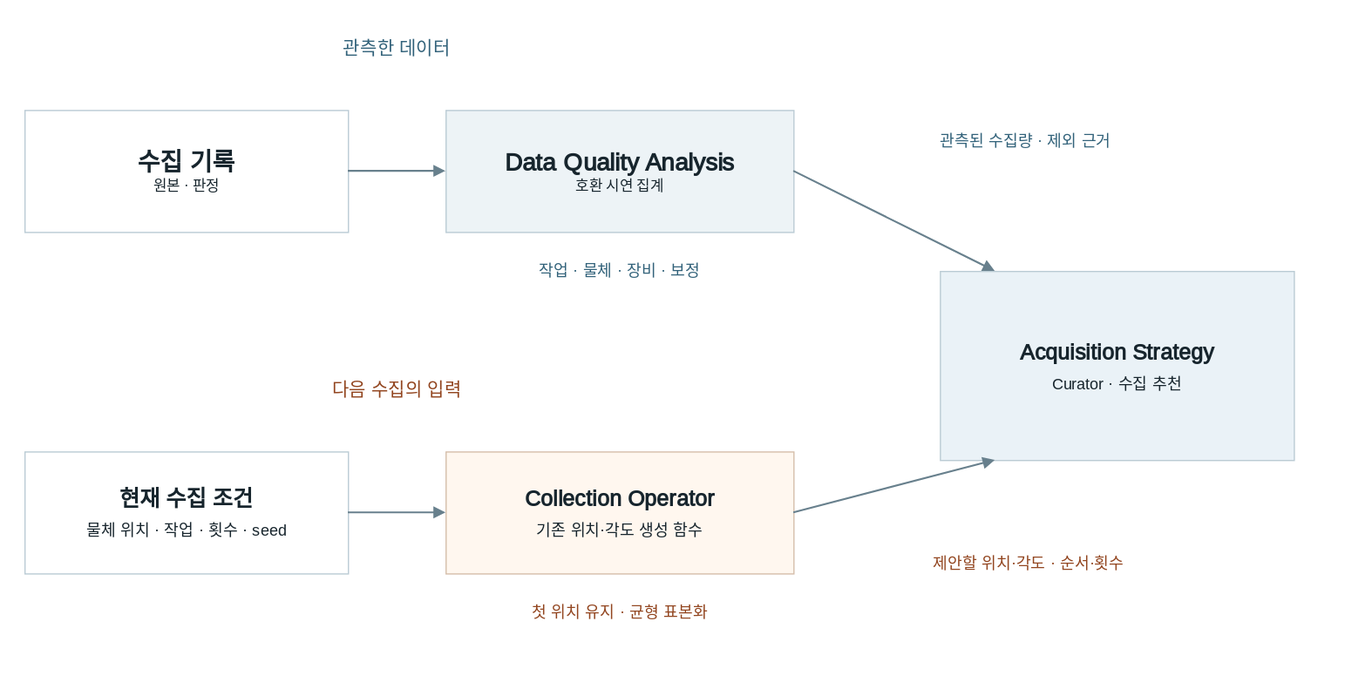
This is docs/portfolio/acquisition.drawio.svg from hasemu1211/fr5-lerobot-connector, a draw.io export, as it was before one commit. Source tidied: cells renumbered, new cells last; positions are measured from the earlier drawing's top-left corner, leaving out a move shared by most shapes.
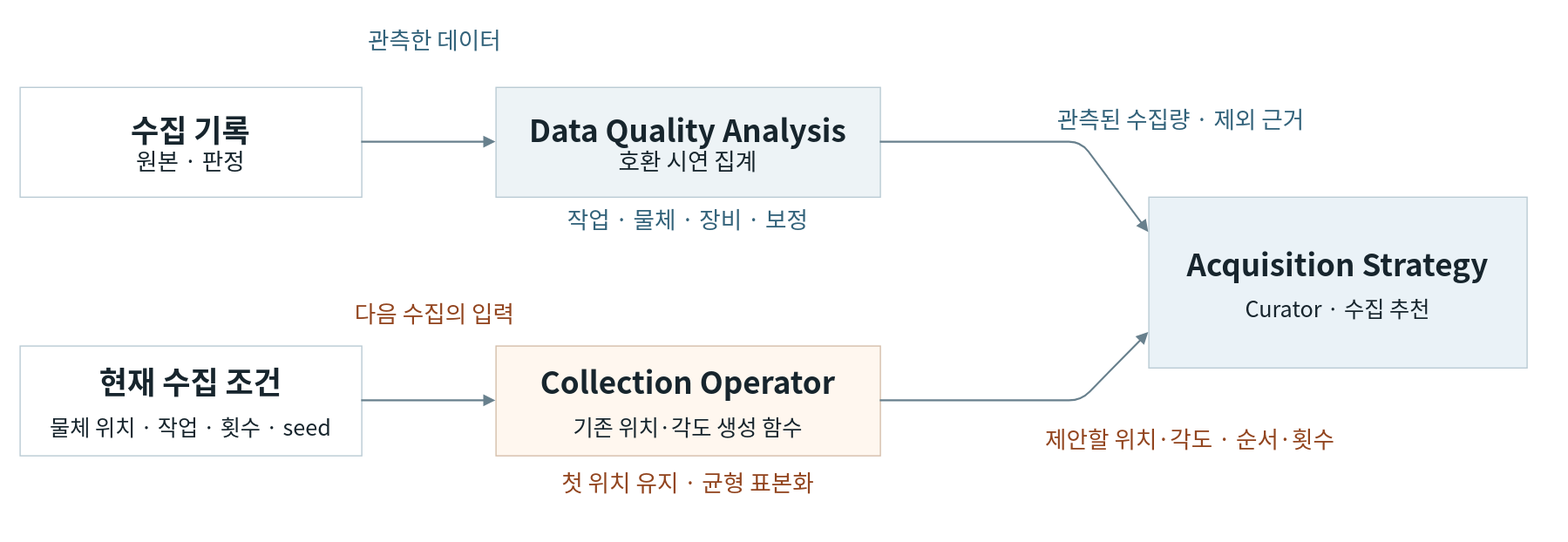
After the change.

Change to the diagram source:
```diff
@@ -2,61 +2,67 @@
   <root>
     <mxCell id="0" />
     <mxCell id="1" parent="0" />
-    <mxCell id="2" value="관측한 데이터" style="html=1;whiteSpace=wrap;fontFamily=Noto Sans CJK KR;fontColor=#17252d;spacing=0;text;strokeColor=none;fillColor=none;fontSize=15;fontColor=#32627a;align=center;verticalAlign=middle;" parent="1" vertex="1">
-      <mxGeometry width="610" height="35" as="geometry" />
+    <mxCell id="2" value="관측한 데이터" style="html=1;whiteSpace=wrap;fontFamily=Noto Sans CJK KR;fontColor=#17252d;spacing=0;text;strokeColor=none;fillColor=none;fontSize=15;fontColor=#32627a;align=center;verticalAlign=middle;fontSize=19;align=center;verticalAlign=middle;" parent="1" vertex="1">
+      <mxGeometry width="680" height="32" as="geometry" />
     </mxCell>
-    <mxCell id="3" value="&lt;b style=&quot;font-size:20px&quot;&gt;수집 기록&lt;/b&gt;&lt;br&gt;원본 · 판정" style="html=1;whiteSpace=wrap;fontFamily=Noto Sans CJK KR;fontColor=#17252d;spacing=0;fillColor=#ffffff;strokeColor=#bacbd4;align=center;verticalAlign=middle;" parent="1" vertex="1">
-      <mxGeometry y="70" width="265" height="100" as="geometry" />
+    <mxCell id="3" value="&lt;b style=&quot;font-size:25px&quot;&gt;수집 기록&lt;/b&gt;&lt;br&gt;원본 · 판정" style="html=1;whiteSpace=wrap;fontFamily=Noto Sans CJK KR;fontColor=#17252d;spacing=0;fillColor=#ffffff;strokeColor=#bacbd4;align=center;verticalAlign=middle;fontSize=19;align=center;verticalAlign=middle;" parent="1" vertex="1">
+      <mxGeometry y="55" width="280" height="90" as="geometry" />
     </mxCell>
-    <mxCell id="4" value="&lt;b style=&quot;font-size:20px&quot;&gt;Data Quality Analysis&lt;/b&gt;&lt;br&gt;호환 시연 집계" style="html=1;whiteSpace=wrap;fontFamily=Noto Sans CJK KR;fontColor=#17252d;spacing=0;fillColor=#edf3f6;strokeColor=#bacbd4;align=center;verticalAlign=middle;" parent="1" vertex="1">
-      <mxGeometry x="345" y="70" width="285" height="100" as="geometry" />
+    <mxCell id="4" value="&lt;b style=&quot;font-size:25px&quot;&gt;Data Quality Analysis&lt;/b&gt;&lt;br&gt;호환 시연 집계" style="html=1;whiteSpace=wrap;fontFamily=Noto Sans CJK KR;fontColor=#17252d;spacing=0;fillColor=#edf3f6;strokeColor=#bacbd4;align=center;verticalAlign=middle;fontSize=19;align=center;verticalAlign=middle;" parent="1" vertex="1">
+      <mxGeometry x="390" y="55" width="315" height="90" as="geometry" />
     </mxCell>
-    <mxCell id="5" value="작업 · 물체 · 장비 · 보정" style="html=1;whiteSpace=wrap;fontFamily=Noto Sans CJK KR;fontColor=#17252d;spacing=0;text;strokeColor=none;fillColor=none;fontSize=13;fontColor=#32627a;align=center;verticalAlign=middle;" parent="1" vertex="1">
-      <mxGeometry x="335" y="183" width="305" height="35" as="geometry" />
+    <mxCell id="5" value="작업 · 물체 · 장비 · 보정" style="html=1;whiteSpace=wrap;fontFamily=Noto Sans CJK KR;fontColor=#17252d;spacing=0;text;strokeColor=none;fillColor=none;fontSize=13;fontColor=#32627a;align=center;verticalAlign=middle;fontSize=19;align=center;verticalAlign=middle;" parent="1" vertex="1">
+      <mxGeometry x="390" y="147" width="315" height="32" as="geometry" />
     </mxCell>
-    <mxCell id="6" value="다음 수집의 입력" style="html=1;whiteSpace=wrap;fontFamily=Noto Sans CJK KR;fontColor=#17252d;spacing=0;text;strokeColor=none;fillColor=none;fontSize=15;fontColor=#92451f;align=center;verticalAlign=middle;" parent="1" vertex="1">
-      <mxGeometry y="280" width="610" height="35" as="geometry" />
+    <mxCell id="6" value="다음 수집의 입력" style="html=1;whiteSpace=wrap;fontFamily=Noto Sans CJK KR;fontColor=#17252d;spacing=0;text;strokeColor=none;fillColor=none;fontSize=15;fontColor=#92451f;align=center;verticalAlign=middle;fontSize=19;align=center;verticalAlign=middle;" parent="1" vertex="1">
+      <mxGeometry y="224" width="680" height="32" as="geometry" />
     </mxCell>
-    <mxCell id="7" value="&lt;div style=&quot;line-height:1.65&quot;&gt;&lt;b style=&quot;font-size:18px&quot;&gt;현재 수집 조건&lt;/b&gt;&lt;br&gt;&lt;span style=&quot;font-size:13px&quot;&gt;물체 위치 · 작업 · 횟수 · seed&lt;/span&gt;&lt;/div&gt;" style="html=1;whiteSpace=wrap;fontFamily=Noto Sans CJK KR;fontColor=#17252d;spacing=0;fillColor=#ffffff;strokeColor=#bacbd4;align=center;verticalAlign=middle;" parent="1" vertex="1">
-      <mxGeometry y="350" width="265" height="100" as="geometry" />
+    <mxCell id="7" value="&lt;div style=&quot;line-height:1.65&quot;&gt;&lt;b style=&quot;font-size:25px&quot;&gt;현재 수집 조건&lt;/b&gt;&lt;br&gt;&lt;span style=&quot;font-size:18px&quot;&gt;물체 위치 · 작업 · 횟수 · seed&lt;/span&gt;&lt;/div&gt;" style="html=1;whiteSpace=wrap;fontFamily=Noto Sans CJK KR;fontColor=#17252d;spacing=0;fillColor=#ffffff;strokeColor=#bacbd4;align=center;verticalAlign=middle;fontSize=19;align=center;verticalAlign=middle;" parent="1" vertex="1">
+      <mxGeometry y="267" width="280" height="90" as="geometry" />
     </mxCell>
-    <mxCell id="8" value="&lt;div style=&quot;line-height:1.65&quot;&gt;&lt;b style=&quot;font-size:18px&quot;&gt;Collection Operator&lt;/b&gt;&lt;br&gt;&lt;span style=&quot;font-size:13px&quot;&gt;기존 위치·각도 생성 함수&lt;/span&gt;&lt;/div&gt;" style="html=1;whiteSpace=wrap;fontFamily=Noto Sans CJK KR;fontColor=#17252d;spacing=0;fillColor=#fff7ef;strokeColor=#d5beaa;align=center;verticalAlign=middle;" parent="1" vertex="1">
-      <mxGeometry x="345" y="350" width="285" height="100" as="geometry" />
+    <mxCell id="8" value="&lt;div style=&quot;line-height:1.65&quot;&gt;&lt;b style=&quot;font-size:25px&quot;&gt;Collection Operator&lt;/b&gt;&lt;br&gt;&lt;span style=&quot;font-size:18px&quot;&gt;기존 위치·각도 생성 함수&lt;/span&gt;&lt;/div&gt;" style="html=1;whiteSpace=wrap;fontFamily=Noto Sans CJK KR;fontColor=#17252d;spacing=0;fillColor=#fff7ef;strokeColor=#d5beaa;align=center;verticalAlign=middle;fontSize=19;align=center;verticalAlign=middle;" parent="1" vertex="1">
+      <mxGeometry x="390" y="267" width="315" height="90" as="geometry" />
     </mxCell>
-    <mxCell id="9" value="첫 위치 유지 · 균형 표본화" style="html=1;whiteSpace=wrap;fontFamily=Noto Sans CJK KR;fontColor=#17252d;spacing=0;text;strokeColor=none;fillColor=none;fontSize=13;fontColor=#92451f;align=center;verticalAlign=middle;" parent="1" vertex="1">
-      <mxGeometry x="335" y="463" width="305" height="35" as="geometry" />
+    <mxCell id="9" value="첫 위치 유지 · 균형 표본화" style="html=1;whiteSpace=wrap;fontFamily=Noto Sans CJK KR;fontColor=#17252d;spacing=0;text;strokeColor=none;fillColor=none;fontSize=13;fontColor=#92451f;align=center;verticalAlign=middle;fontSize=19;align=center;verticalAlign=middle;" parent="1" vertex="1">
+      <mxGeometry x="370" y="363" width="355" height="32" as="geometry" />
     </mxCell>
-    <mxCell id="10" value="&lt;div style=&quot;line-height:1.65&quot;&gt;&lt;b style=&quot;font-size:18px&quot;&gt;Acquisition Strategy&lt;/b&gt;&lt;br&gt;&lt;span style=&quot;font-size:13px&quot;&gt;Curator · 수집 추천&lt;/span&gt;&lt;/div&gt;" style="html=1;whiteSpace=wrap;fontFamily=Noto Sans CJK KR;fontColor=#17252d;spacing=0;fillColor=#eaf2f7;strokeColor=#bacbd4;align=center;verticalAlign=middle;" parent="1" vertex="1">
-      <mxGeometry x="750" y="202" width="290" height="155" as="geometry" />
+    <mxCell id="10" value="&lt;div style=&quot;line-height:1.65&quot;&gt;&lt;b style=&quot;font-size:25px&quot;&gt;Acquisition Strategy&lt;/b&gt;&lt;br&gt;&lt;span style=&quot;font-size:18px&quot;&gt;Curator · 수집 추천&lt;/span&gt;&lt;/div&gt;" style="html=1;whiteSpace=wrap;fontFamily=Noto Sans CJK KR;fontColor=#17252d;spacing=0;fillColor=#eaf2f7;strokeColor=#bacbd4;align=center;verticalAlign=middle;fontSize=19;align=center;verticalAlign=middle;" parent="1" vertex="1">
+      <mxGeometry x="925" y="145" width="310" height="140" as="geometry" />
     </mxCell>
-    <mxCell id="11" value="관측된 수집량 · 제외 근거" style="html=1;whiteSpace=wrap;fontFamily=Noto Sans CJK KR;fontColor=#17252d;spacing=0;text;strokeColor=none;fillColor=none;fontSize=13;fontColor=#32627a;align=center;verticalAlign=middle;" parent="1" vertex="1">
-      <mxGeometry x="650" y="77" width="340" height="35" as="geometry" />
+    <mxCell id="11" value="관측된 수집량 · 제외 근거" style="html=1;whiteSpace=wrap;fontFamily=Noto Sans CJK KR;fontColor=#17252d;spacing=0;text;strokeColor=none;fillColor=none;fontSize=13;fontColor=#32627a;align=center;verticalAlign=middle;fontSize=19;align=center;verticalAlign=middle;" parent="1" vertex="1">
+      <mxGeometry x="739" y="65" width="425" height="32" as="geometry" />
     </mxCell>
-    <mxCell id="12" value="제안할 위치·각도 · 순서·횟수" style="html=1;whiteSpace=wrap;fontFamily=Noto Sans CJK KR;fontColor=#17252d;spacing=0;text;strokeColor=none;fillColor=none;fontSize=13;fontColor=#92451f;align=center;verticalAlign=middle;" parent="1" vertex="1">
-      <mxGeometry x="640" y="423" width="365" height="35" as="geometry" />
+    <mxCell id="12" value="제안할 위치·각도 · 순서·횟수" style="html=1;whiteSpace=wrap;fontFamily=Noto Sans CJK KR;fontColor=#17252d;spacing=0;text;strokeColor=none;fillColor=none;fontSize=13;fontColor=#92451f;align=center;verticalAlign=middle;fontSize=19;align=center;verticalAlign=middle;" parent="1" vertex="1">
+      <mxGeometry x="739" y="327" width="440" height="32" as="geometry" />
     </mxCell>
     <mxCell id="13" style="endArrow=block;endFill=1;strokeColor=#68808d;strokeWidth=1.5;" parent="1" edge="1">
       <mxGeometry relative="1" as="geometry">
-        <mxPoint x="265" y="120" as="sourcePoint" />
-        <mxPoint x="345" y="120" as="targetPoint" />
+        <mxPoint x="280" y="100" as="sourcePoint" />
+        <mxPoint x="390" y="100" as="targetPoint" />
       </mxGeometry>
     </mxCell>
     <mxCell id="14" style="endArrow=block;endFill=1;strokeColor=#68808d;strokeWidth=1.5;" parent="1" edge="1">
       <mxGeometry relative="1" as="geometry">
-        <mxPoint x="265" y="400" as="sourcePoint" />
-        <mxPoint x="345" y="400" as="targetPoint" />
+        <mxPoint x="280" y="312" as="sourcePoint" />
+        <mxPoint x="390" y="312" as="targetPoint" />
       </mxGeometry>
     </mxCell>
     <mxCell id="15" style="endArrow=block;endFill=1;strokeColor=#68808d;strokeWidth=1.5;" parent="1" edge="1">
       <mxGeometry relative="1" as="geometry">
-        <mxPoint x="630" y="120" as="sourcePoint" />
-        <mxPoint x="795" y="202" as="targetPoint" />
+        <mxPoint x="705" y="100" as="sourcePoint" />
+        <mxPoint x="925" y="174" as="targetPoint" />
+        <Array as="points">
+          <mxPoint x="870" y="100" />
+        </Array>
       </mxGeometry>
     </mxCell>
     <mxCell id="16" style="endArrow=block;endFill=1;strokeColor=#68808d;strokeWidth=1.5;" parent="1" edge="1">
       <mxGeometry relative="1" as="geometry">
-        <mxPoint x="630" y="400" as="sourcePoint" />
-        <mxPoint x="795" y="357" as="targetPoint" />
+        <mxPoint x="705" y="312" as="sourcePoint" />
+        <mxPoint x="925" y="256" as="targetPoint" />
+        <Array as="points">
+          <mxPoint x="870" y="312" />
+        </Array>
       </mxGeometry>
     </mxCell>
   </root>
```
